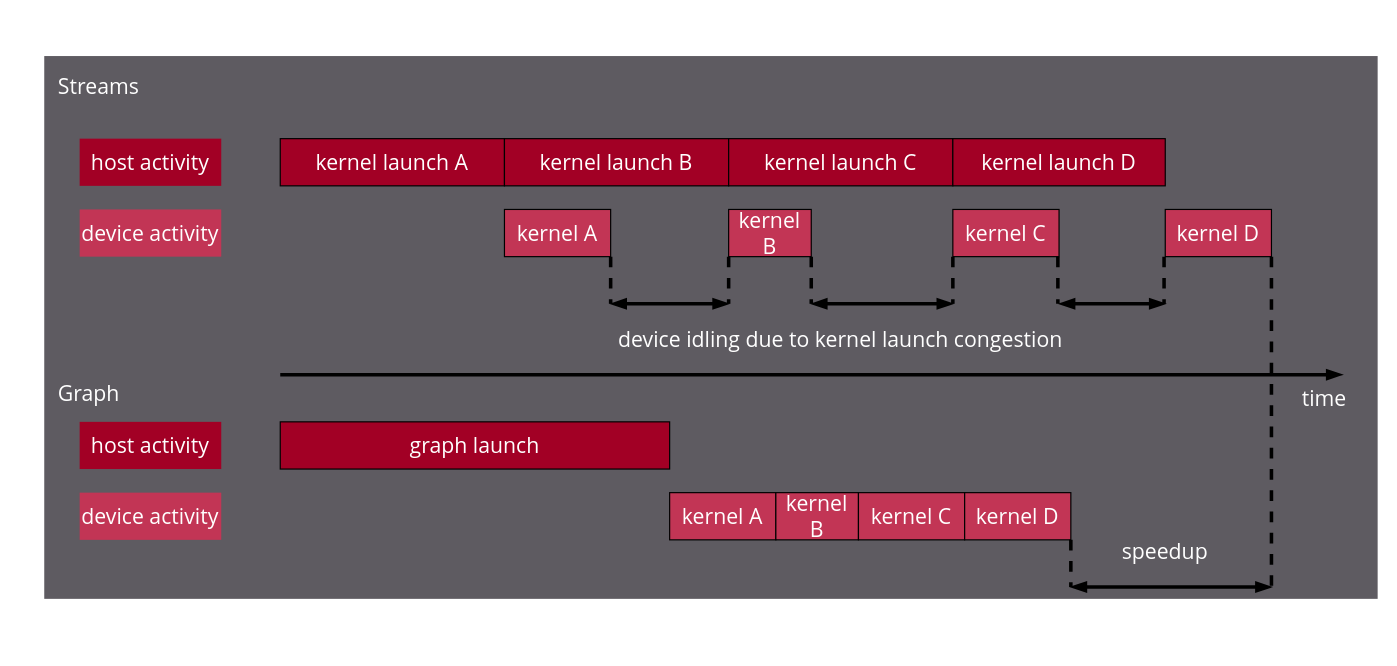
Above: projects/hip/docs/data/how-to/hip_runtime_api/hipgraph/hip_graph_speedup.drawio in NautRobot/Eze-P (draw.io), before the change. Source tidied: cells renumbered, new cells numbered last; positions are measured from the earlier drawing's top-left corner, leaving out a move shared by most shapes. Both pictures are drawn from the tidied source at 118%, with x=0, y=0 at pixel (44, 55).
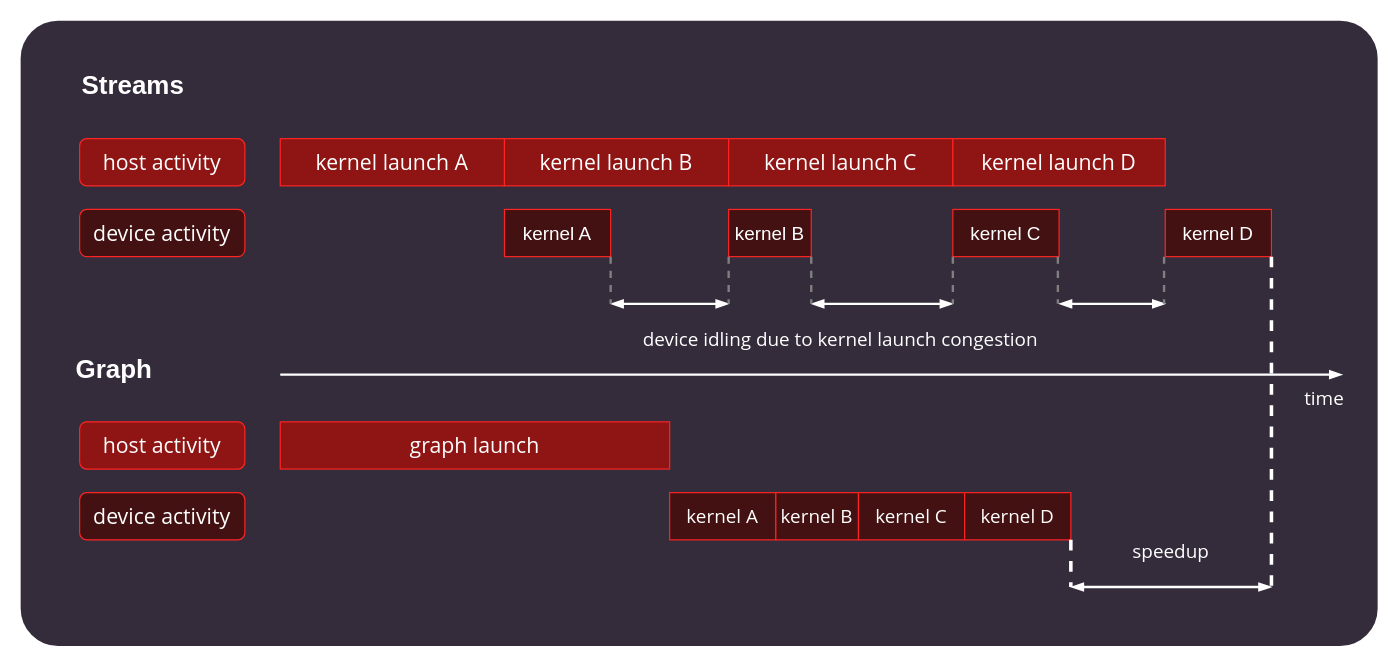
The same diagram, later.

Diff of the diagram source:
```diff
@@
-    <mxCell id="2" style="rounded=0;fillColor=#5E5B61;fontColor=#FFFFFF;strokeColor=none;spacing=0;fontFamily=Segoe UI;fontSize=18;" parent="1" vertex="1">
-      <mxGeometry width="1130" height="460" as="geometry" />
-    </mxCell>
-    <mxCell id="3" value="Streams" style="text;strokeColor=none;fillColor=none;align=left;verticalAlign=middle;rounded=0;fontFamily=Segoe UI;fontSize=18;fontColor=#FFFFFF;" parent="1" vertex="1">
-      <mxGeometry x="10" y="10" width="100" height="30" as="geometry" />
-    </mxCell>
+    <mxCell id="38" style="rounded=1;whiteSpace=wrap;html=1;fillColor=#342C3B;fontColor=#FFFFFF;strokeColor=none;spacing=0;arcSize=6;" parent="1" vertex="1">
+      <mxGeometry x="-20" y="-30" width="1150" height="530" as="geometry" />
+    </mxCell>
-    <mxCell id="4" value="&lt;font style=&quot;font-size: 18px;&quot;&gt;kernel A&lt;/font&gt;" style="rounded=0;whiteSpace=wrap;html=1;fillColor=#c23555;fontColor=#FFFFFF;strokeColor=default;fontFamily=Segoe UI;fontSize=18;" parent="1" vertex="1">
+    <mxCell id="4" value="&lt;font face=&quot;Helvetica&quot; style=&quot;color: rgb(255, 255, 255);&quot;&gt;kernel A&lt;/font&gt;" style="whiteSpace=wrap;html=1;fontSize=16;fontFamily=Verdana;rounded=0;strokeColor=#ff2424;fillStyle=solid;fontColor=#F0F0F0;fillColor=#431111;" parent="1" vertex="1">
       <mxGeometry x="390" y="130" width="90" height="40" as="geometry" />
     </mxCell>
-    <mxCell id="5" value="kernel launch A" style="rounded=0;whiteSpace=wrap;html=1;fillColor=#A20025;fontColor=#FFFFFF;strokeColor=default;fontFamily=Segoe UI;fontSize=18;" parent="1" vertex="1">
+    <mxCell id="5" style="whiteSpace=wrap;html=1;fontSize=16;fontFamily=Verdana;rounded=0;verticalAlign=top;strokeColor=#ff2424;fillColor=#8F1414;fontColor=#F0F0F0;" parent="1" vertex="1">
       <mxGeometry x="200" y="70" width="190" height="40" as="geometry" />
     </mxCell>
-    <mxCell id="6" value="&lt;div style=&quot;font-size: 18px;&quot;&gt;&lt;font style=&quot;font-size: 18px;&quot;&gt;kernel B&lt;/font&gt;&lt;/div&gt;" style="rounded=0;whiteSpace=wrap;html=1;fillColor=#c23555;fontColor=#FFFFFF;strokeColor=default;fontFamily=Segoe UI;fontSize=18;" parent="1" vertex="1">
+    <mxCell id="6" value="&lt;div style=&quot;&quot;&gt;&lt;font face=&quot;Helvetica&quot; style=&quot;color: rgb(255, 255, 255);&quot;&gt;kernel B&lt;/font&gt;&lt;/div&gt;" style="whiteSpace=wrap;html=1;fontSize=16;fontFamily=Verdana;rounded=0;strokeColor=#ff2424;fillStyle=solid;fontColor=#F0F0F0;fillColor=#431111;" parent="1" vertex="1">
       <mxGeometry x="580" y="130" width="70" height="40" as="geometry" />
     </mxCell>
-    <mxCell id="7" value="kernel C" style="rounded=0;whiteSpace=wrap;html=1;fillColor=#c23555;fontColor=#FFFFFF;strokeColor=default;fontFamily=Segoe UI;fontSize=18;" parent="1" vertex="1">
+    <mxCell id="7" value="&lt;font style=&quot;color: rgb(255, 255, 255);&quot; face=&quot;Helvetica&quot;&gt;kernel C&lt;/font&gt;" style="whiteSpace=wrap;html=1;fontSize=16;fontFamily=Verdana;rounded=0;strokeColor=#ff2424;fillStyle=solid;fontColor=#F0F0F0;fillColor=#431111;" parent="1" vertex="1">
       <mxGeometry x="770" y="130" width="90" height="40" as="geometry" />
     </mxCell>
-    <mxCell id="8" value="kernel launch B" style="rounded=0;whiteSpace=wrap;html=1;fillColor=#A20025;fontColor=#FFFFFF;strokeColor=default;fontFamily=Segoe UI;fontSize=18;" parent="1" vertex="1">
+    <mxCell id="8" style="whiteSpace=wrap;html=1;fontSize=16;fontFamily=Verdana;rounded=0;verticalAlign=top;strokeColor=#ff2424;fillColor=#8F1414;fontColor=#F0F0F0;" parent="1" vertex="1">
       <mxGeometry x="390" y="70" width="190" height="40" as="geometry" />
     </mxCell>
-    <mxCell id="9" value="kernel launch C" style="rounded=0;whiteSpace=wrap;html=1;fillColor=#A20025;fontColor=#FFFFFF;strokeColor=default;fontFamily=Segoe UI;fontSize=18;" parent="1" vertex="1">
+    <mxCell id="9" style="whiteSpace=wrap;html=1;fontSize=16;fontFamily=Verdana;rounded=0;verticalAlign=top;strokeColor=#ff2424;fillColor=#8F1414;fontColor=#F0F0F0;" parent="1" vertex="1">
       <mxGeometry x="580" y="70" width="190" height="40" as="geometry" />
     </mxCell>
-    <mxCell id="10" value="host activity" style="rounded=0;whiteSpace=wrap;html=1;fillColor=#A20025;fontColor=#FFFFFF;strokeColor=none;fontFamily=Segoe UI;fontSize=18;" parent="1" vertex="1">
-      <mxGeometry x="30" y="70" width="120" height="40" as="geometry" />
+    <mxCell id="10" style="whiteSpace=wrap;html=1;fontSize=16;fontFamily=Verdana;rounded=1;verticalAlign=top;strokeColor=#ff2424;fillColor=#8F1414;fontColor=#F0F0F0;" parent="1" vertex="1">
+      <mxGeometry x="30" y="70" width="140" height="40" as="geometry" />
     </mxCell>
-    <mxCell id="11" value="device activity" style="rounded=0;whiteSpace=wrap;html=1;fillColor=#c23555;fontColor=#FFFFFF;strokeColor=none;fontFamily=Segoe UI;fontSize=18;" parent="1" vertex="1">
-      <mxGeometry x="30" y="130" width="120" height="40" as="geometry" />
+    <mxCell id="11" style="whiteSpace=wrap;html=1;fontSize=16;fontFamily=Verdana;rounded=1;strokeColor=#ff2424;fillStyle=solid;fontColor=#F0F0F0;fillColor=#431111;" parent="1" vertex="1">
+      <mxGeometry x="30" y="130" width="140" height="40" as="geometry" />
     </mxCell>
-    <mxCell id="12" style="endArrow=blockThin;startArrow=blockThin;html=1;rounded=0;endFill=1;startFill=1;strokeWidth=3;fontFamily=Segoe UI;fontSize=18;" parent="1" edge="1">
+    <mxCell id="12" style="endArrow=blockThin;startArrow=blockThin;html=1;rounded=0;endFill=1;startFill=1;strokeWidth=2;fontFamily=Segoe UI;fontSize=18;strokeColor=#FFFFFF;" parent="1" edge="1">
       <mxGeometry relative="1" as="geometry">
         <mxPoint x="480" y="210" as="sourcePoint" />
         <mxPoint x="580" y="210" as="targetPoint" />
       </mxGeometry>
     </mxCell>
-    <mxCell id="13" style="endArrow=blockThin;startArrow=blockThin;html=1;rounded=0;exitX=1;exitY=0.5;exitDx=0;exitDy=0;endFill=1;startFill=1;strokeWidth=3;fontFamily=Segoe UI;fontSize=18;" parent="1" edge="1">
+    <mxCell id="13" style="endArrow=blockThin;startArrow=blockThin;html=1;rounded=0;exitX=1;exitY=0.5;exitDx=0;exitDy=0;endFill=1;startFill=1;strokeWidth=2;fontFamily=Segoe UI;fontSize=18;strokeColor=#FFFFFF;" parent="1" edge="1">
       <mxGeometry relative="1" as="geometry">
         <mxPoint x="650" y="210" as="sourcePoint" />
         <mxPoint x="770" y="210" as="targetPoint" />
       </mxGeometry>
     </mxCell>
-    <mxCell id="14" style="endArrow=blockThin;startArrow=none;html=1;rounded=0;exitX=1;exitY=0.5;exitDx=0;exitDy=0;endFill=1;startFill=0;strokeWidth=3;entryX=0;entryY=0.75;entryDx=0;entryDy=0;fontFamily=Segoe UI;fontSize=18;" parent="1" edge="1">
+    <mxCell id="14" style="endArrow=blockThin;startArrow=none;html=1;rounded=0;exitX=1;exitY=0.5;exitDx=0;exitDy=0;endFill=1;startFill=0;strokeWidth=2;entryX=0;entryY=0.75;entryDx=0;entryDy=0;fontFamily=Segoe UI;fontSize=18;strokeColor=#FFFFFF;" parent="1" edge="1">
       <mxGeometry relative="1" as="geometry">
         <mxPoint x="200" y="270" as="sourcePoint" />
         <mxPoint x="1100" y="270" as="targetPoint" />
       </mxGeometry>
     </mxCell>
-    <mxCell id="15" value="time" style="rounded=0;whiteSpace=wrap;html=1;fillColor=none;fontColor=#FFFFFF;strokeColor=none;fontFamily=Segoe UI;fontSize=18;" parent="1" vertex="1">
+    <mxCell id="15" value="time" style="rounded=0;whiteSpace=wrap;html=1;fillColor=none;fontColor=#FFFFFF;strokeColor=none;fontFamily=Segoe UI;fontSize=16;" parent="1" vertex="1">
       <mxGeometry x="1050" y="270" width="70" height="40" as="geometry" />
     </mxCell>
-    <mxCell id="16" style="endArrow=none;dashed=1;html=1;rounded=0;exitX=1;exitY=1;exitDx=0;exitDy=0;strokeWidth=3;fontFamily=Segoe UI;fontSize=18;" parent="1" edge="1" source="4">
+    <mxCell id="16" style="endArrow=none;dashed=1;html=1;rounded=0;exitX=1;exitY=1;exitDx=0;exitDy=0;strokeWidth=2;fontFamily=Segoe UI;fontSize=18;strokeColor=#808080;" parent="1" edge="1" source="4">
       <mxGeometry relative="1" as="geometry">
         <mxPoint x="480" y="210" as="targetPoint" />
       </mxGeometry>
     </mxCell>
-    <mxCell id="17" style="endArrow=none;dashed=1;html=1;rounded=0;exitX=1;exitY=1;exitDx=0;exitDy=0;strokeWidth=3;fontFamily=Segoe UI;fontSize=18;" parent="1" edge="1">
+    <mxCell id="17" style="endArrow=none;dashed=1;html=1;rounded=0;exitX=1;exitY=1;exitDx=0;exitDy=0;strokeWidth=2;fontFamily=Segoe UI;fontSize=18;strokeColor=#808080;" parent="1" edge="1">
       <mxGeometry relative="1" as="geometry">
         <mxPoint x="580" y="170" as="sourcePoint" />
         <mxPoint x="580" y="210" as="targetPoint" />
       </mxGeometry>
     </mxCell>
-    <mxCell id="18" style="endArrow=none;dashed=1;html=1;rounded=0;exitX=1;exitY=1;exitDx=0;exitDy=0;strokeWidth=3;fontFamily=Segoe UI;fontSize=18;" parent="1" edge="1">
+    <mxCell id="18" style="endArrow=none;dashed=1;html=1;rounded=0;exitX=1;exitY=1;exitDx=0;exitDy=0;strokeWidth=2;fontFamily=Segoe UI;fontSize=18;strokeColor=#808080;" parent="1" edge="1">
       <mxGeometry relative="1" as="geometry">
         <mxPoint x="650" y="170" as="sourcePoint" />
         <mxPoint x="650" y="210" as="targetPoint" />
       </mxGeometry>
     </mxCell>
-    <mxCell id="19" style="endArrow=none;dashed=1;html=1;rounded=0;exitX=1;exitY=1;exitDx=0;exitDy=0;strokeWidth=3;fontFamily=Segoe UI;fontSize=18;" parent="1" edge="1">
+    <mxCell id="19" style="endArrow=none;dashed=1;html=1;rounded=0;exitX=1;exitY=1;exitDx=0;exitDy=0;strokeWidth=2;fontFamily=Segoe UI;fontSize=18;strokeColor=#808080;" parent="1" edge="1">
       <mxGeometry relative="1" as="geometry">
         <mxPoint x="770" y="170" as="sourcePoint" />
         <mxPoint x="770" y="210" as="targetPoint" />
       </mxGeometry>
     </mxCell>
-    <mxCell id="20" value="kernel launch D" style="rounded=0;whiteSpace=wrap;html=1;fillColor=#A20025;fontColor=#FFFFFF;strokeColor=default;fontFamily=Segoe UI;fontSize=18;" parent="1" vertex="1">
+    <mxCell id="20" style="whiteSpace=wrap;html=1;fontSize=16;fontFamily=Verdana;rounded=0;verticalAlign=top;strokeColor=#ff2424;fillColor=#8F1414;fontColor=#F0F0F0;" parent="1" vertex="1">
       <mxGeometry x="770" y="70" width="180" height="40" as="geometry" />
     </mxCell>
-    <mxCell id="21" value="kernel D" style="rounded=0;whiteSpace=wrap;html=1;fillColor=#c23555;fontColor=#FFFFFF;strokeColor=default;fontFamily=Segoe UI;fontSize=18;" parent="1" vertex="1">
+    <mxCell id="21" value="&lt;font style=&quot;color: rgb(255, 255, 255);&quot; face=&quot;Helvetica&quot;&gt;kernel D&lt;/font&gt;" style="whiteSpace=wrap;html=1;fontSize=16;fontFamily=Verdana;rounded=0;strokeColor=#ff2424;fillStyle=solid;fontColor=#F0F0F0;fillColor=#431111;" parent="1" vertex="1">
       <mxGeometry x="950" y="130" width="90" height="40" as="geometry" />
     </mxCell>
-    <mxCell id="22" style="endArrow=blockThin;startArrow=blockThin;html=1;rounded=0;exitX=1;exitY=0.5;exitDx=0;exitDy=0;endFill=1;startFill=1;strokeWidth=3;fontFamily=Segoe UI;fontSize=18;" parent="1" edge="1">
+    <mxCell id="22" style="endArrow=blockThin;startArrow=blockThin;html=1;rounded=0;exitX=1;exitY=0.5;exitDx=0;exitDy=0;endFill=1;startFill=1;strokeWidth=2;fontFamily=Segoe UI;fontSize=18;strokeColor=#FFFFFF;" parent="1" edge="1">
       <mxGeometry relative="1" as="geometry">
         <mxPoint x="860" y="210" as="sourcePoint" />
         <mxPoint x="950" y="210" as="targetPoint" />
       </mxGeometry>
     </mxCell>
-    <mxCell id="23" style="endArrow=none;dashed=1;html=1;rounded=0;exitX=1;exitY=1;exitDx=0;exitDy=0;strokeWidth=3;fontFamily=Segoe UI;fontSize=18;" parent="1" edge="1">
+    <mxCell id="23" style="endArrow=none;dashed=1;html=1;rounded=0;exitX=1;exitY=1;exitDx=0;exitDy=0;strokeWidth=2;fontFamily=Segoe UI;fontSize=18;strokeColor=#808080;" parent="1" edge="1">
       <mxGeometry relative="1" as="geometry">
         <mxPoint x="859" y="170" as="sourcePoint" />
         <mxPoint x="859" y="210" as="targetPoint" />
       </mxGeometry>
     </mxCell>
-    <mxCell id="24" style="endArrow=none;dashed=1;html=1;rounded=0;exitX=1;exitY=1;exitDx=0;exitDy=0;strokeWidth=3;fontFamily=Segoe UI;fontSize=18;" parent="1" edge="1">
+    <mxCell id="24" style="endArrow=none;dashed=1;html=1;rounded=0;exitX=1;exitY=1;exitDx=0;exitDy=0;strokeWidth=2;fontFamily=Segoe UI;fontSize=18;strokeColor=#808080;" parent="1" edge="1">
       <mxGeometry relative="1" as="geometry">
         <mxPoint x="949" y="170" as="sourcePoint" />
         <mxPoint x="949" y="210" as="targetPoint" />
       </mxGeometry>
     </mxCell>
-    <mxCell id="25" value="device idling due to kernel launch congestion" style="rounded=0;whiteSpace=wrap;html=1;fillColor=none;fontColor=#FFFFFF;strokeColor=none;fontFamily=Segoe UI;fontSize=18;" parent="1" vertex="1">
+    <mxCell id="25" value="device idling due to kernel launch congestion" style="rounded=0;whiteSpace=wrap;html=1;fillColor=none;fontColor=#FFFFFF;strokeColor=none;fontFamily=Segoe UI;fontSize=16;" parent="1" vertex="1">
       <mxGeometry x="480" y="220" width="390" height="40" as="geometry" />
     </mxCell>
-    <mxCell id="26" value="kernel A" style="rounded=0;whiteSpace=wrap;html=1;fillColor=#c23555;fontColor=#FFFFFF;strokeColor=default;fontFamily=Segoe UI;fontSize=18;" parent="1" vertex="1">
+    <mxCell id="26" style="whiteSpace=wrap;html=1;fontSize=16;fontFamily=Verdana;rounded=0;strokeColor=#ff2424;fillStyle=solid;fontColor=#F0F0F0;fillColor=#431111;" parent="1" vertex="1">
       <mxGeometry x="530" y="370" width="90" height="40" as="geometry" />
     </mxCell>
-    <mxCell id="27" value="&lt;div style=&quot;font-size: 18px;&quot;&gt;kernel B&lt;/div&gt;" style="rounded=0;whiteSpace=wrap;html=1;fillColor=#c23555;fontColor=#FFFFFF;strokeColor=default;fontFamily=Segoe UI;fontSize=18;" parent="1" vertex="1">
+    <mxCell id="27" value="&lt;div style=&quot;font-size: 18px;&quot;&gt;&lt;br&gt;&lt;/div&gt;" style="whiteSpace=wrap;html=1;fontSize=16;fontFamily=Verdana;rounded=0;strokeColor=#ff2424;fillStyle=solid;fontColor=#F0F0F0;fillColor=#431111;" parent="1" vertex="1">
       <mxGeometry x="620" y="370" width="70" height="40" as="geometry" />
     </mxCell>
-    <mxCell id="28" value="kernel C" style="rounded=0;whiteSpace=wrap;html=1;fillColor=#c23555;fontColor=#FFFFFF;strokeColor=default;fontFamily=Segoe UI;fontSize=18;" parent="1" vertex="1">
+    <mxCell id="28" style="whiteSpace=wrap;html=1;fontSize=16;fontFamily=Verdana;rounded=0;strokeColor=#ff2424;fillStyle=solid;fontColor=#F0F0F0;fillColor=#431111;" parent="1" vertex="1">
       <mxGeometry x="690" y="370" width="90" height="40" as="geometry" />
     </mxCell>
-    <mxCell id="29" value="graph launch" style="rounded=0;whiteSpace=wrap;html=1;fillColor=#A20025;fontColor=#FFFFFF;strokeColor=default;fontFamily=Segoe UI;fontSize=18;" parent="1" vertex="1">
+    <mxCell id="29" style="whiteSpace=wrap;html=1;fontSize=16;fontFamily=Verdana;rounded=0;verticalAlign=top;strokeColor=#ff2424;fillColor=#8F1414;fontColor=#F0F0F0;" parent="1" vertex="1">
       <mxGeometry x="200" y="310" width="330" height="40" as="geometry" />
     </mxCell>
-    <mxCell id="30" value="host activity" style="rounded=0;whiteSpace=wrap;html=1;fillColor=#A20025;fontColor=#FFFFFF;strokeColor=none;fontFamily=Segoe UI;fontSize=18;" parent="1" vertex="1">
-      <mxGeometry x="30" y="310" width="120" height="40" as="geometry" />
+    <mxCell id="30" style="whiteSpace=wrap;html=1;fontSize=16;fontFamily=Verdana;rounded=1;verticalAlign=top;strokeColor=#ff2424;fillColor=#8F1414;fontColor=#F0F0F0;" parent="1" vertex="1">
+      <mxGeometry x="30" y="310" width="140" height="40" as="geometry" />
     </mxCell>
-    <mxCell id="31" value="device activity" style="rounded=0;whiteSpace=wrap;html=1;fillColor=#c23555;fontColor=#FFFFFF;strokeColor=none;fontFamily=Segoe UI;fontSize=18;" parent="1" vertex="1">
-      <mxGeometry x="30" y="370" width="120" height="40" as="geometry" />
+    <mxCell id="31" style="whiteSpace=wrap;html=1;fontSize=16;fontFamily=Verdana;rounded=1;strokeColor=#ff2424;fillStyle=solid;fontColor=#F0F0F0;fillColor=#431111;" parent="1" vertex="1">
+      <mxGeometry x="30" y="370" width="140" height="40" as="geometry" />
     </mxCell>
-    <mxCell id="32" value="kernel D" style="rounded=0;whiteSpace=wrap;html=1;fillColor=#c23555;fontColor=#FFFFFF;strokeColor=default;fontFamily=Segoe UI;fontSize=18;" parent="1" vertex="1">
+    <mxCell id="32" style="whiteSpace=wrap;html=1;fontSize=16;fontFamily=Verdana;rounded=0;strokeColor=#ff2424;fillStyle=solid;fontColor=#F0F0F0;fillColor=#431111;" parent="1" vertex="1">
       <mxGeometry x="780" y="370" width="90" height="40" as="geometry" />
     </mxCell>
-    <mxCell id="33" style="endArrow=blockThin;startArrow=blockThin;html=1;rounded=0;exitX=1;exitY=0.5;exitDx=0;exitDy=0;endFill=1;startFill=1;strokeWidth=3;fontFamily=Segoe UI;fontSize=18;" parent="1" edge="1">
+    <mxCell id="33" style="endArrow=blockThin;startArrow=blockThin;html=1;rounded=0;exitX=1;exitY=0.5;exitDx=0;exitDy=0;endFill=1;startFill=1;strokeWidth=2;fontFamily=Segoe UI;fontSize=18;strokeColor=#FFFFFF;" parent="1" edge="1">
       <mxGeometry relative="1" as="geometry">
         <mxPoint x="870" y="450" as="sourcePoint" />
         <mxPoint x="1040" y="450" as="targetPoint" />
       </mxGeometry>
     </mxCell>
-    <mxCell id="34" style="endArrow=none;dashed=1;html=1;rounded=0;exitX=1;exitY=1;exitDx=0;exitDy=0;strokeWidth=3;fontFamily=Segoe UI;fontSize=18;" parent="1" edge="1">
+    <mxCell id="34" style="endArrow=none;dashed=1;html=1;rounded=0;exitX=1;exitY=1;exitDx=0;exitDy=0;strokeWidth=3;fontFamily=Segoe UI;fontSize=18;strokeColor=#FFFFFF;" parent="1" edge="1">
       <mxGeometry relative="1" as="geometry">
         <mxPoint x="870" y="410" as="sourcePoint" />
         <mxPoint x="870" y="450" as="targetPoint" />
       </mxGeometry>
     </mxCell>
-    <mxCell id="35" style="endArrow=none;dashed=1;html=1;rounded=0;exitX=1;exitY=1;exitDx=0;exitDy=0;strokeWidth=3;fontFamily=Segoe UI;fontSize=18;" parent="1" edge="1" source="21">
+    <mxCell id="35" style="endArrow=none;dashed=1;html=1;rounded=0;exitX=1;exitY=1;exitDx=0;exitDy=0;strokeWidth=3;fontFamily=Segoe UI;fontSize=18;strokeColor=#FFFFFF;" parent="1" edge="1" source="21">
       <mxGeometry relative="1" as="geometry">
         <mxPoint x="1040" y="450" as="targetPoint" />
       </mxGeometry>
     </mxCell>
+    <mxCell id="37" value="speedup" style="rounded=0;whiteSpace=wrap;html=1;fillColor=none;fontColor=#FFFFFF;strokeColor=none;fontFamily=Segoe UI;fontSize=16;" parent="1" vertex="1">
+      <mxGeometry x="885" y="400" width="140" height="40" as="geometry" />
+    </mxCell>
-    <mxCell id="36" value="Graph" style="text;strokeColor=none;fillColor=none;align=left;verticalAlign=middle;rounded=0;fontFamily=Segoe UI;fontSize=18;fontColor=#FFFFFF;" parent="1" vertex="1">
-      <mxGeometry x="10" y="270" width="100" height="30" as="geometry" />
+    <mxCell id="36" value="&lt;div&gt;&lt;font style=&quot;color: rgb(255, 255, 255);&quot;&gt;Graph&lt;/font&gt;&lt;/div&gt;" style="text;html=1;strokeColor=none;fillColor=none;align=left;verticalAlign=middle;whiteSpace=wrap;rounded=0;fontSize=22;fontColor=#FFFFFF;fontStyle=1;" parent="1" vertex="1">
+      <mxGeometry x="25" y="260" width="235" height="12.1" as="geometry" />
     </mxCell>
-    <mxCell id="37" value="speedup" style="rounded=0;whiteSpace=wrap;html=1;fillColor=none;fontColor=#FFFFFF;strokeColor=none;fontFamily=Segoe UI;fontSize=18;" parent="1" vertex="1">
-      <mxGeometry x="880" y="400" width="140" height="40" as="geometry" />
-    </mxCell>
+    <mxCell id="39" value="kernel launch A" style="rounded=0;whiteSpace=wrap;html=1;fillColor=none;fontColor=#FFFFFF;strokeColor=none;fontFamily=Segoe UI;fontSize=18;" parent="1" vertex="1">
+      <mxGeometry x="225" y="70" width="140" height="40" as="geometry" />
+    </mxCell>
+    <mxCell id="40" value="kernel launch B" style="rounded=0;whiteSpace=wrap;html=1;fillColor=none;fontColor=#FFFFFF;strokeColor=none;fontFamily=Segoe UI;fontSize=18;" parent="1" vertex="1">
+      <mxGeometry x="415" y="70" width="140" height="40" as="geometry" />
+    </mxCell>
+    <mxCell id="41" value="kernel launch C" style="rounded=0;whiteSpace=wrap;html=1;fillColor=none;fontColor=#FFFFFF;strokeColor=none;fontFamily=Segoe UI;fontSize=18;" parent="1" vertex="1">
+      <mxGeometry x="605" y="70" width="140" height="40" as="geometry" />
+    </mxCell>
+    <mxCell id="42" value="kernel launch D" style="rounded=0;whiteSpace=wrap;html=1;fillColor=none;fontColor=#FFFFFF;strokeColor=none;fontFamily=Segoe UI;fontSize=18;" parent="1" vertex="1">
+      <mxGeometry x="790" y="70" width="140" height="40" as="geometry" />
+    </mxCell>
+    <mxCell id="43" value="host activity" style="rounded=0;whiteSpace=wrap;html=1;fillColor=none;fontColor=#FFFFFF;strokeColor=none;fontFamily=Segoe UI;fontSize=18;" parent="1" vertex="1">
+      <mxGeometry x="30" y="70" width="140" height="40" as="geometry" />
+    </mxCell>
+    <mxCell id="44" value="device activity" style="rounded=0;whiteSpace=wrap;html=1;fillColor=none;fontColor=#FFFFFF;strokeColor=none;fontFamily=Segoe UI;fontSize=18;" parent="1" vertex="1">
+      <mxGeometry x="30" y="130" width="140" height="40" as="geometry" />
+    </mxCell>
+    <mxCell id="45" value="kernel A" style="rounded=0;whiteSpace=wrap;html=1;fillColor=none;fontColor=#FFFFFF;strokeColor=none;fontFamily=Segoe UI;fontSize=16;" parent="1" vertex="1">
+      <mxGeometry x="530" y="370" width="90" height="40" as="geometry" />
+    </mxCell>
+    <mxCell id="46" value="kernel B" style="rounded=0;whiteSpace=wrap;html=1;fillColor=none;fontColor=#FFFFFF;strokeColor=none;fontFamily=Segoe UI;fontSize=16;" parent="1" vertex="1">
+      <mxGeometry x="620" y="370" width="70" height="40" as="geometry" />
+    </mxCell>
+    <mxCell id="47" value="kernel C" style="rounded=0;whiteSpace=wrap;html=1;fillColor=none;fontColor=#FFFFFF;strokeColor=none;fontFamily=Segoe UI;fontSize=16;" parent="1" vertex="1">
+      <mxGeometry x="690" y="370" width="90" height="40" as="geometry" />
+    </mxCell>
+    <mxCell id="48" value="kernel D" style="rounded=0;whiteSpace=wrap;html=1;fillColor=none;fontColor=#FFFFFF;strokeColor=none;fontFamily=Segoe UI;fontSize=16;" parent="1" vertex="1">
+      <mxGeometry x="780" y="370" width="90" height="40" as="geometry" />
+    </mxCell>
+    <mxCell id="49" value="graph launch" style="rounded=0;whiteSpace=wrap;html=1;fillColor=none;fontColor=#FFFFFF;strokeColor=none;fontFamily=Segoe UI;fontSize=18;" parent="1" vertex="1">
+      <mxGeometry x="200" y="310" width="330" height="40" as="geometry" />
+    </mxCell>
+    <mxCell id="50" value="host activity" style="rounded=0;whiteSpace=wrap;html=1;fillColor=none;fontColor=#FFFFFF;strokeColor=none;fontFamily=Segoe UI;fontSize=18;" parent="1" vertex="1">
+      <mxGeometry x="30" y="310" width="140" height="40" as="geometry" />
+    </mxCell>
+    <mxCell id="51" value="device activity" style="rounded=0;whiteSpace=wrap;html=1;fillColor=none;fontColor=#FFFFFF;strokeColor=none;fontFamily=Segoe UI;fontSize=18;" parent="1" vertex="1">
+      <mxGeometry x="30" y="370" width="140" height="40" as="geometry" />
+    </mxCell>
+    <mxCell id="3" value="&lt;div&gt;&lt;font style=&quot;color: rgb(255, 255, 255);&quot;&gt;Streams&lt;/font&gt;&lt;/div&gt;" style="text;html=1;strokeColor=none;fillColor=none;align=left;verticalAlign=middle;whiteSpace=wrap;rounded=0;fontSize=22;fontColor=#FFFFFF;fontStyle=1;" parent="1" vertex="1">
+      <mxGeometry x="30" y="20" width="235" height="12.1" as="geometry" />
+    </mxCell>
```
